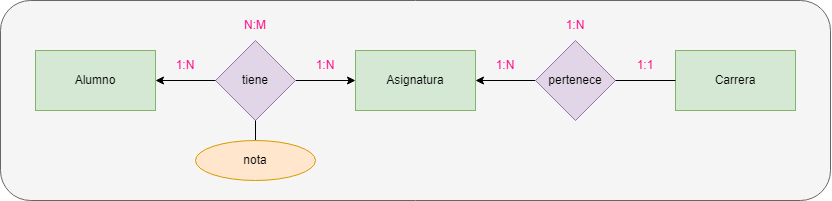
Above: Tareas/UD2-INTERPRETACIÓN DE DIAGRAMAS ENTIDAD-RELACIÓN/Ejercicio Básico ER/9alumnoAsignatura.drawio.png in popadron/base-de-datos (draw.io), before the change. Source tidied: cells renumbered, new cells last; positions are measured from the earlier drawing's top-left corner, leaving out a move shared by most shapes.
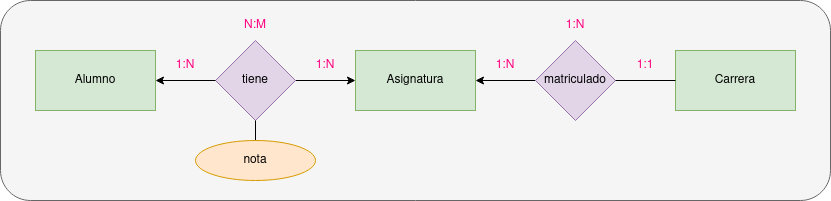
Above is the later version.

What changed in the source:
```diff
@@ -20,7 +20,7 @@
     <mxCell id="7" style="edgeStyle=orthogonalEdgeStyle;rounded=0;jettySize=auto;html=1;fontColor=#FF0080;" parent="1" edge="1" source="8" target="6">
       <mxGeometry relative="1" as="geometry" />
     </mxCell>
-    <mxCell id="8" value="pertenece" style="rhombus;whiteSpace=wrap;html=1;fillColor=#e1d5e7;strokeColor=#9673a6;" parent="1" vertex="1">
+    <mxCell id="8" value="matriculado" style="rhombus;whiteSpace=wrap;html=1;fillColor=#e1d5e7;strokeColor=#9673a6;" parent="1" vertex="1">
       <mxGeometry x="535" y="40" width="80" height="80" as="geometry" />
     </mxCell>
     <mxCell id="9" value="Carrera" style="rounded=0;whiteSpace=wrap;html=1;fillColor=#d5e8d4;strokeColor=#82b366;" parent="1" vertex="1">
```
